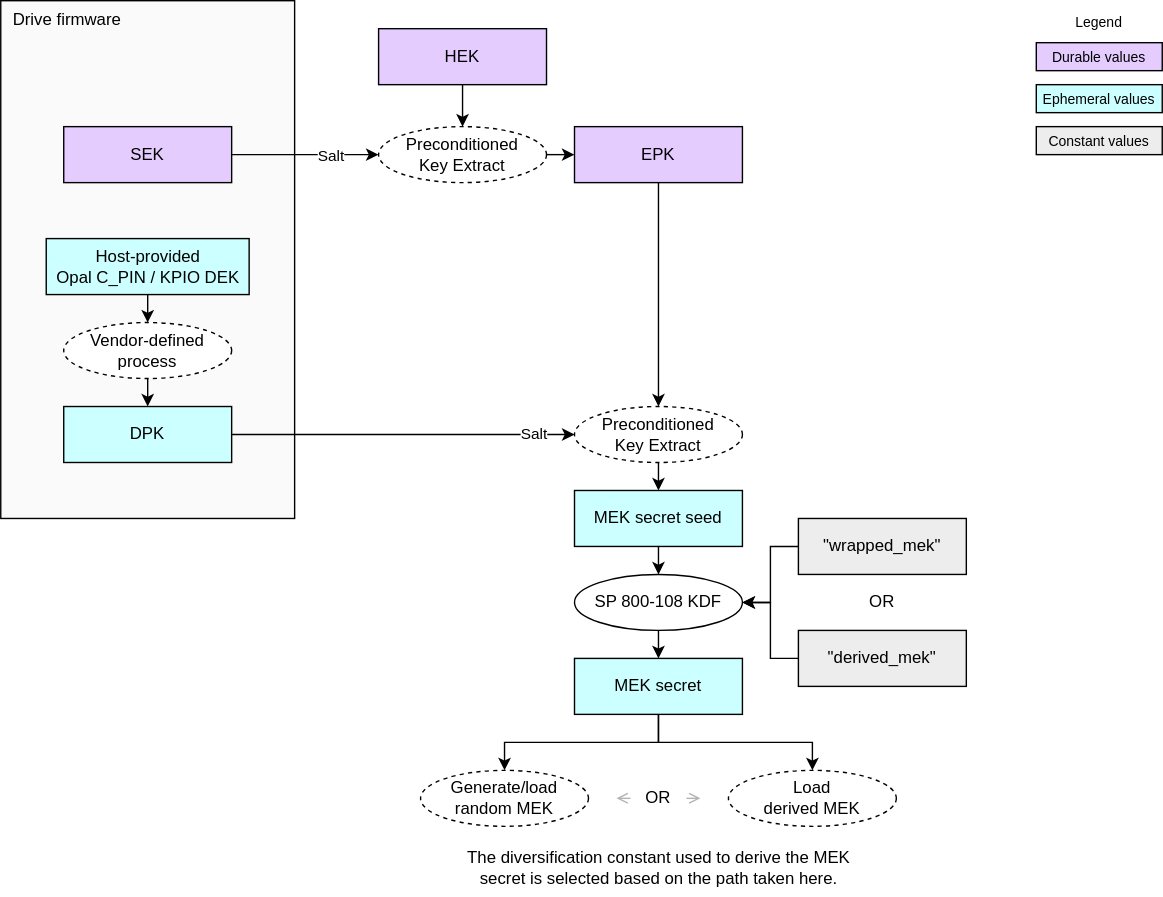
chipsalliance/Caliptra keeps this draw.io diagram as doc/ocp_lock/diagrams/mek_secret_derivation_no_mpks.drawio.svg. Above is the earlier version. Source tidied: cells renumbered, new cells last; positions are measured from the earlier drawing's top-left corner, leaving out a move shared by most shapes.
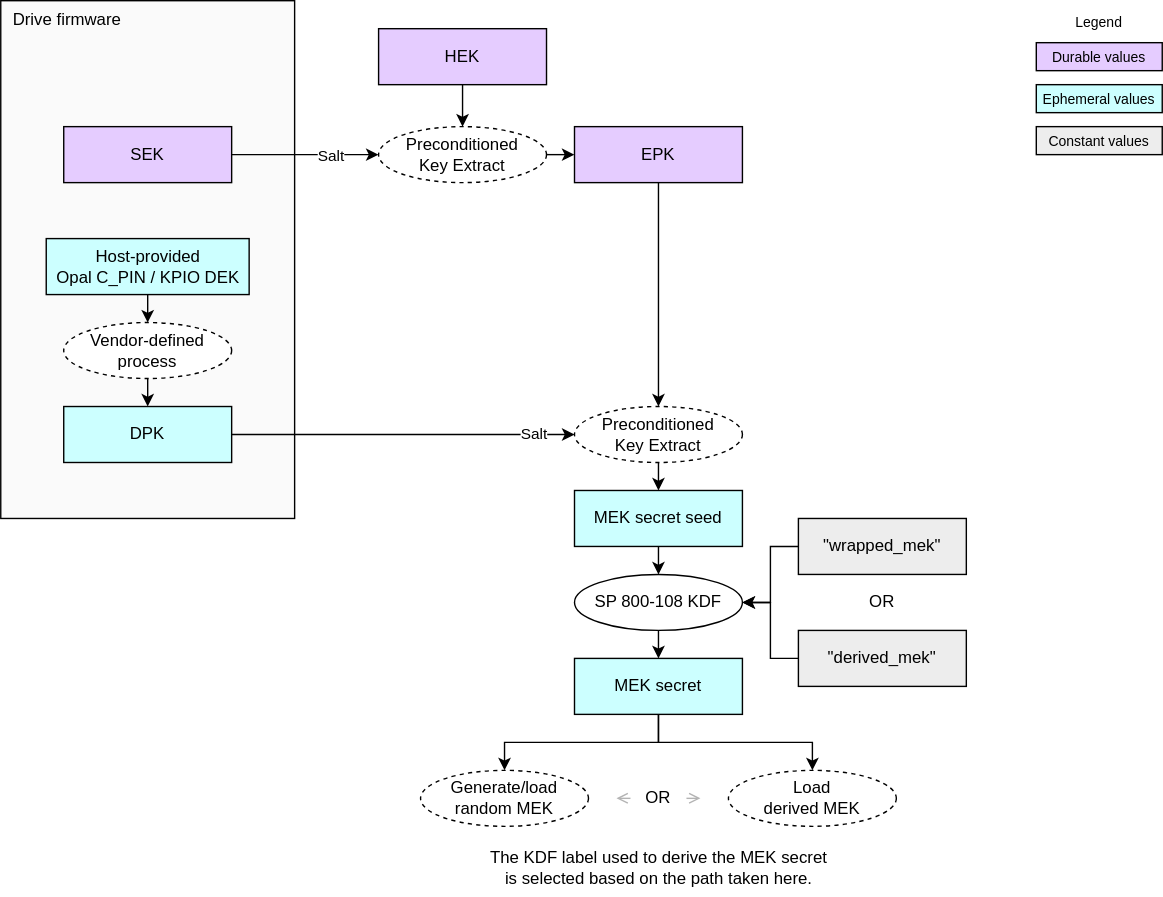
The same diagram one commit later.

What changed in the source:
```diff
@@ -135,8 +135,8 @@
     <mxCell id="41" value="OR" style="text;strokeColor=none;align=center;fillColor=none;html=1;verticalAlign=middle;whiteSpace=wrap;rounded=0;" parent="1" vertex="1">
       <mxGeometry x="610" y="415" width="40" height="30" as="geometry" />
     </mxCell>
-    <mxCell id="42" value="&lt;div&gt;&lt;span style=&quot;color: rgb(0, 0, 0);&quot;&gt;The diversification constant used to derive the MEK&lt;/span&gt;&lt;/div&gt;&lt;div&gt;&lt;span style=&quot;color: rgb(0, 0, 0);&quot;&gt;secret is selected based on the path taken here.&lt;/span&gt;&lt;span style=&quot;background-color: transparent;&quot;&gt;&lt;/span&gt;&lt;/div&gt;" style="text;strokeColor=none;align=center;fillColor=none;html=1;verticalAlign=middle;whiteSpace=wrap;rounded=0;" parent="1" vertex="1">
-      <mxGeometry x="317.5" y="600" width="305" height="40" as="geometry" />
+    <mxCell id="42" value="&lt;div&gt;&lt;span style=&quot;color: rgb(0, 0, 0);&quot;&gt;The KDF label used to derive the MEK&amp;nbsp;&lt;/span&gt;&lt;span style=&quot;background-color: transparent;&quot;&gt;secret is selected based on the path taken here.&lt;/span&gt;&lt;/div&gt;" style="text;strokeColor=none;align=center;fillColor=none;html=1;verticalAlign=middle;whiteSpace=wrap;rounded=0;" parent="1" vertex="1">
+      <mxGeometry x="343.8" y="600" width="252.5" height="40" as="geometry" />
     </mxCell>
   </root>
 </mxGraphModel>
```
